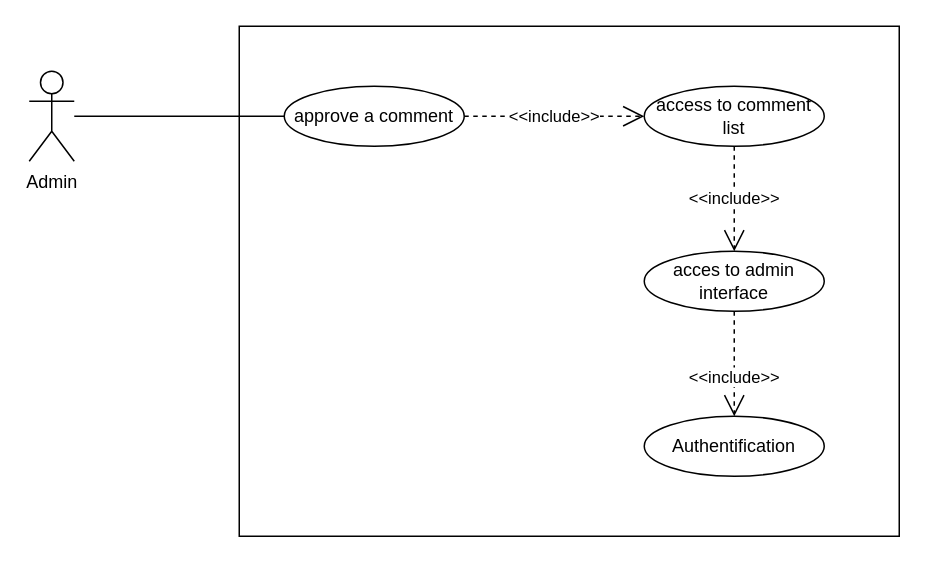
Earlier version of the draw.io diagram Cadrage/use_case/approve_comment.drawio (JgPhil/Blog). Source tidied: cells renumbered, new cells numbered last; positions are measured from the earlier drawing's top-left corner, leaving out a move shared by most shapes. Both pictures are drawn from the tidied source at 150%, with x=0, y=0 at pixel (28, 26).
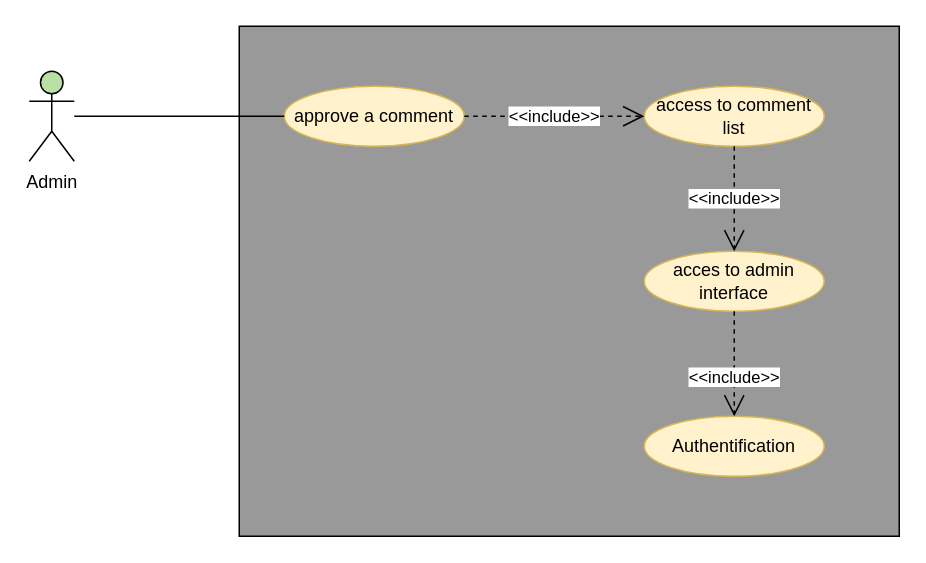
The same page after the edit.

Change to the diagram source:
```diff
@@
 <mxGraphModel>
   <root>
     <mxCell id="0" />
     <mxCell id="1" parent="0" />
-    <mxCell id="2" style="rounded=0;whiteSpace=wrap;html=1;" parent="1" vertex="1">
+    <mxCell id="2" style="rounded=0;whiteSpace=wrap;html=1;fillColor=#999999;" parent="1" vertex="1">
       <mxGeometry x="140" width="440" height="340" as="geometry" />
     </mxCell>
-    <mxCell id="3" value="Admin" style="shape=umlActor;verticalLabelPosition=bottom;labelBackgroundColor=#ffffff;verticalAlign=top;html=1;" parent="1" vertex="1">
+    <mxCell id="3" value="Admin" style="shape=umlActor;verticalLabelPosition=bottom;labelBackgroundColor=#ffffff;verticalAlign=top;html=1;fillColor=#B9E0A5;" parent="1" vertex="1">
       <mxGeometry y="30" width="30" height="60" as="geometry" />
     </mxCell>
-    <mxCell id="4" value="approve a comment" style="ellipse;whiteSpace=wrap;html=1;" parent="1" vertex="1">
+    <mxCell id="4" value="approve a comment" style="ellipse;whiteSpace=wrap;html=1;fillColor=#fff2cc;strokeColor=#d6b656;" parent="1" vertex="1">
       <mxGeometry x="170" y="40" width="120" height="40" as="geometry" />
     </mxCell>
-    <mxCell id="5" value="access to comment list" style="ellipse;whiteSpace=wrap;html=1;" parent="1" vertex="1">
+    <mxCell id="5" value="access to comment list" style="ellipse;whiteSpace=wrap;html=1;fillColor=#fff2cc;strokeColor=#d6b656;" parent="1" vertex="1">
       <mxGeometry x="410" y="40" width="120" height="40" as="geometry" />
     </mxCell>
-    <mxCell id="6" value="acces to admin interface" style="ellipse;whiteSpace=wrap;html=1;" parent="1" vertex="1">
+    <mxCell id="6" value="acces to admin interface" style="ellipse;whiteSpace=wrap;html=1;fillColor=#fff2cc;strokeColor=#d6b656;" parent="1" vertex="1">
       <mxGeometry x="410" y="150" width="120" height="40" as="geometry" />
     </mxCell>
     <mxCell id="7" value="&amp;lt;&amp;lt;include&amp;gt;&amp;gt;" style="endArrow=open;endSize=12;dashed=1;html=1;" parent="1" edge="1" source="4" target="5">
       <mxGeometry relative="1" as="geometry" />
     </mxCell>
     <mxCell id="8" value="&amp;lt;&amp;lt;include&amp;gt;&amp;gt;" style="endArrow=open;endSize=12;dashed=1;html=1;" parent="1" edge="1" source="5" target="6">
       <mxGeometry relative="1" as="geometry" />
     </mxCell>
     <mxCell id="9" style="endArrow=none;html=1;" parent="1" edge="1" source="3" target="4">
       <mxGeometry relative="1" as="geometry" />
     </mxCell>
-    <mxCell id="10" value="Authentification" style="ellipse;whiteSpace=wrap;html=1;" parent="1" vertex="1">
+    <mxCell id="10" value="Authentification" style="ellipse;whiteSpace=wrap;html=1;fillColor=#fff2cc;strokeColor=#d6b656;" parent="1" vertex="1">
       <mxGeometry x="410" y="260" width="120" height="40" as="geometry" />
     </mxCell>
     <mxCell id="11" value="&amp;lt;&amp;lt;include&amp;gt;&amp;gt;" style="endArrow=open;endSize=12;dashed=1;html=1;" parent="1" edge="1" target="10">
       <mxGeometry x="0.27" relative="1" as="geometry">
         <mxPoint x="470" y="190" as="sourcePoint" />
       </mxGeometry>
     </mxCell>
   </root>
 </mxGraphModel>
```
